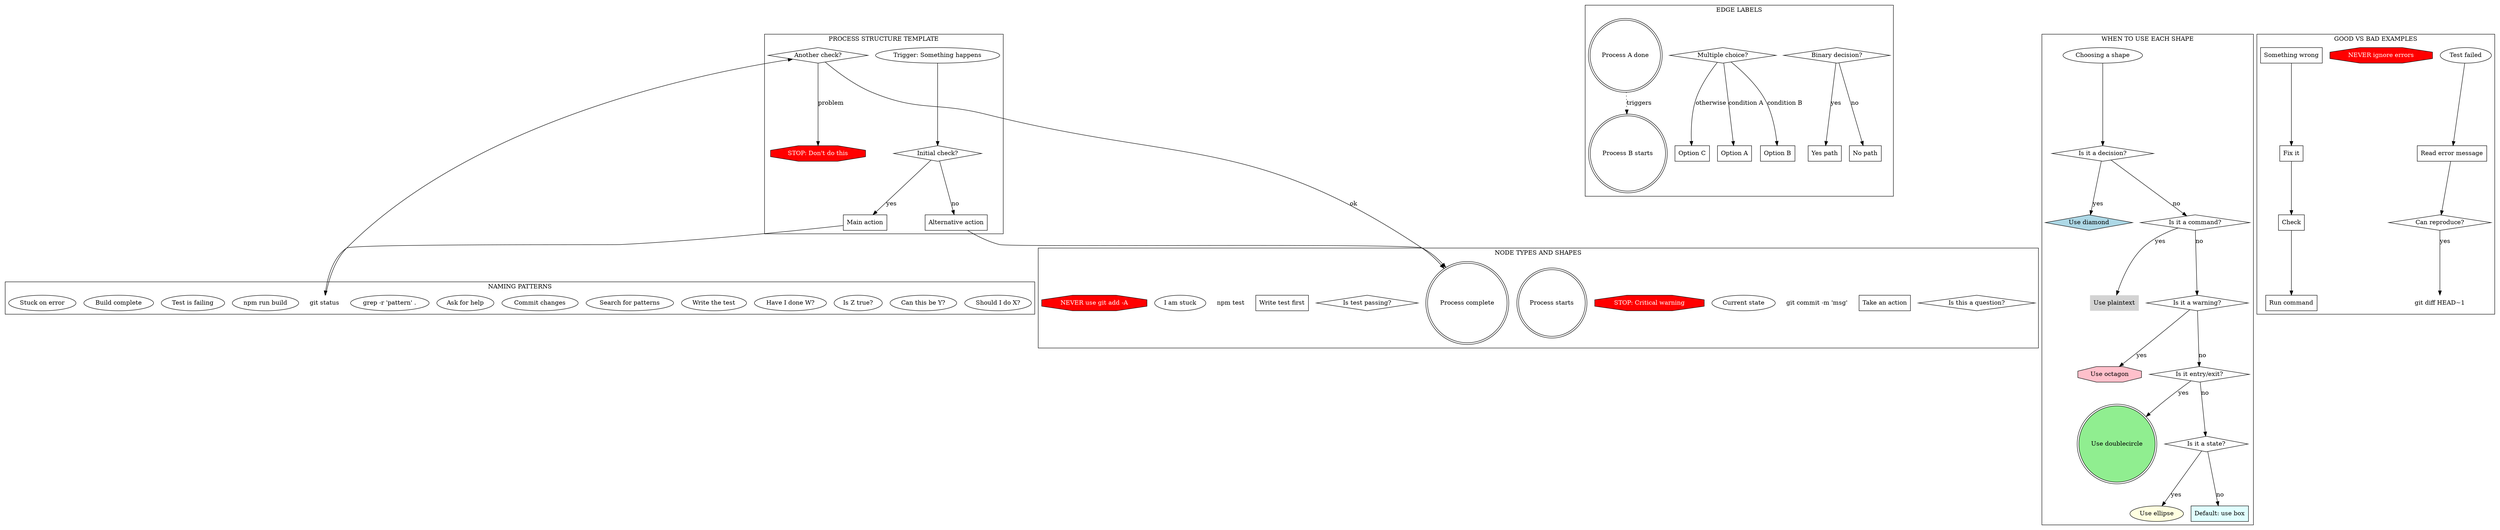
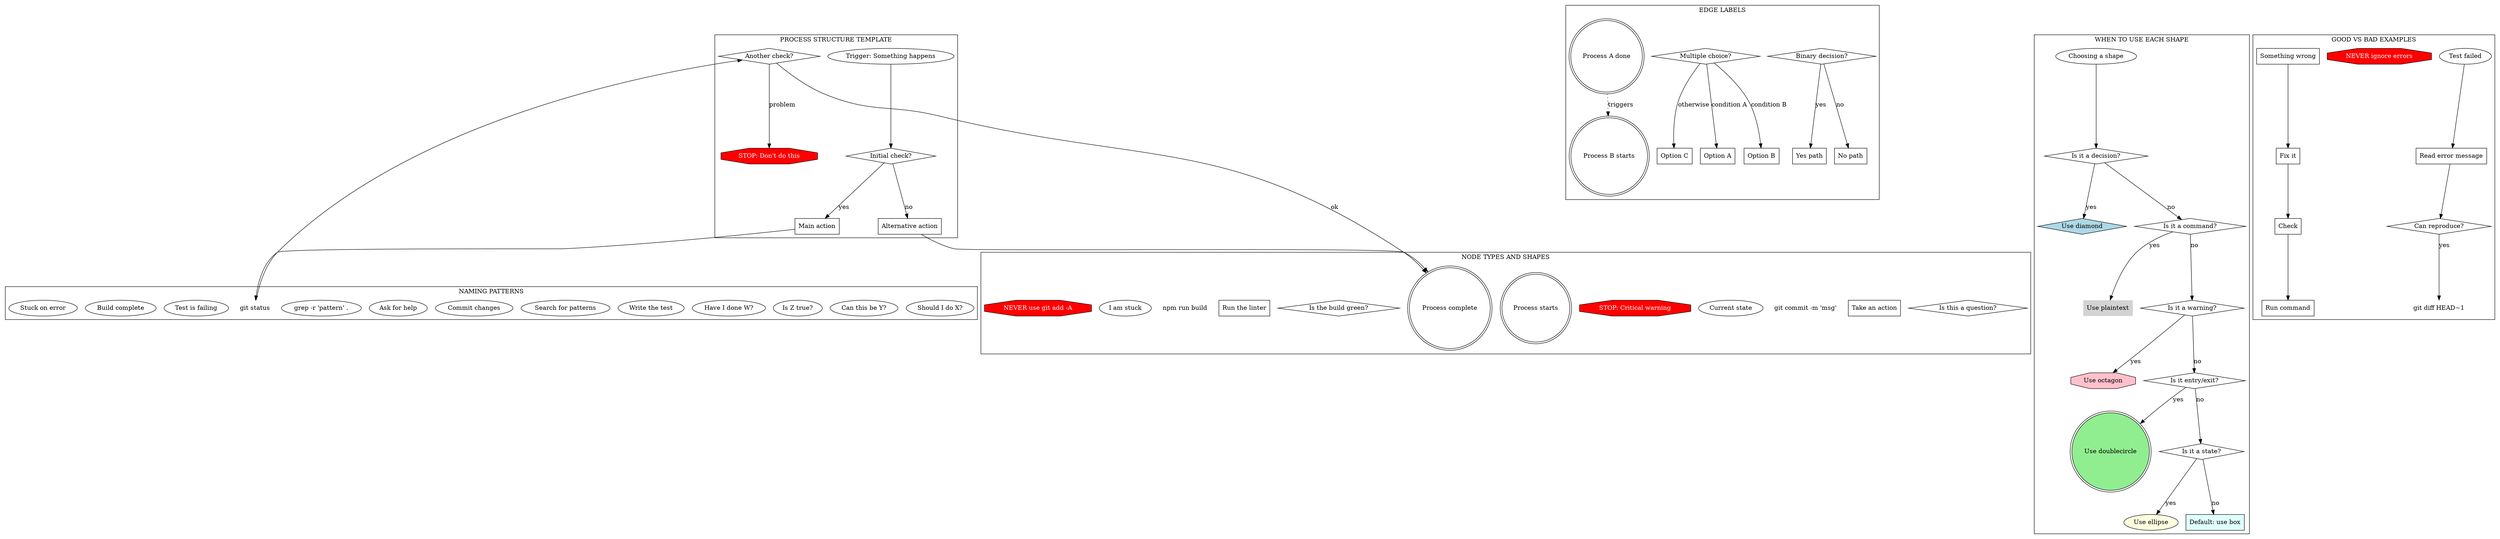
digraph STYLE_GUIDE {
    // The style guide for our process DSL, written in the DSL itself

    // Node type examples with their shapes
    subgraph cluster_node_types {
        label="NODE TYPES AND SHAPES";

        // Questions are diamonds
        "Is this a question?" [shape=diamond];

        // Actions are boxes (default)
        "Take an action" [shape=box];

        // Commands are plaintext
        "git commit -m 'msg'" [shape=plaintext];

        // States are ellipses
        "Current state" [shape=ellipse];

        // Warnings are octagons
        "STOP: Critical warning" [shape=octagon, style=filled, fillcolor=red, fontcolor=white];

        // Entry/exit are double circles
        "Process starts" [shape=doublecircle];
        "Process complete" [shape=doublecircle];

        // Examples of each
-         "Is test passing?" [shape=diamond];
-         "Write test first" [shape=box];
-         "npm test" [shape=plaintext];
+         "Is the build green?" [shape=diamond];
+         "Run the linter" [shape=box];
+         "npm run build" [shape=plaintext];
        "I am stuck" [shape=ellipse];
        "NEVER use git add -A" [shape=octagon, style=filled, fillcolor=red, fontcolor=white];
    }

    // Edge naming conventions
    subgraph cluster_edge_types {
        label="EDGE LABELS";

        "Binary decision?" [shape=diamond];
        "Yes path" [shape=box];
        "No path" [shape=box];

        "Binary decision?" -> "Yes path" [label="yes"];
        "Binary decision?" -> "No path" [label="no"];

        "Multiple choice?" [shape=diamond];
        "Option A" [shape=box];
        "Option B" [shape=box];
        "Option C" [shape=box];

        "Multiple choice?" -> "Option A" [label="condition A"];
        "Multiple choice?" -> "Option B" [label="condition B"];
        "Multiple choice?" -> "Option C" [label="otherwise"];

        "Process A done" [shape=doublecircle];
        "Process B starts" [shape=doublecircle];

        "Process A done" -> "Process B starts" [label="triggers", style=dotted];
    }

    // Naming patterns
    subgraph cluster_naming_patterns {
        label="NAMING PATTERNS";

        // Questions end with ?
        "Should I do X?";
        "Can this be Y?";
        "Is Z true?";
        "Have I done W?";

        // Actions start with verb
        "Write the test";
        "Search for patterns";
        "Commit changes";
        "Ask for help";

        // Commands are literal
        "grep -r 'pattern' .";
        "git status";
        "npm run build";

        // States describe situation
        "Test is failing";
        "Build complete";
        "Stuck on error";
    }

    // Process structure template
    subgraph cluster_structure {
        label="PROCESS STRUCTURE TEMPLATE";

        "Trigger: Something happens" [shape=ellipse];
        "Initial check?" [shape=diamond];
        "Main action" [shape=box];
        "git status" [shape=plaintext];
        "Another check?" [shape=diamond];
        "Alternative action" [shape=box];
        "STOP: Don't do this" [shape=octagon, style=filled, fillcolor=red, fontcolor=white];
        "Process complete" [shape=doublecircle];

        "Trigger: Something happens" -> "Initial check?";
        "Initial check?" -> "Main action" [label="yes"];
        "Initial check?" -> "Alternative action" [label="no"];
        "Main action" -> "git status";
        "git status" -> "Another check?";
        "Another check?" -> "Process complete" [label="ok"];
        "Another check?" -> "STOP: Don't do this" [label="problem"];
        "Alternative action" -> "Process complete";
    }

    // When to use which shape
    subgraph cluster_shape_rules {
        label="WHEN TO USE EACH SHAPE";

        "Choosing a shape" [shape=ellipse];

        "Is it a decision?" [shape=diamond];
        "Use diamond" [shape=diamond, style=filled, fillcolor=lightblue];

        "Is it a command?" [shape=diamond];
        "Use plaintext" [shape=plaintext, style=filled, fillcolor=lightgray];

        "Is it a warning?" [shape=diamond];
        "Use octagon" [shape=octagon, style=filled, fillcolor=pink];

        "Is it entry/exit?" [shape=diamond];
        "Use doublecircle" [shape=doublecircle, style=filled, fillcolor=lightgreen];

        "Is it a state?" [shape=diamond];
        "Use ellipse" [shape=ellipse, style=filled, fillcolor=lightyellow];

        "Default: use box" [shape=box, style=filled, fillcolor=lightcyan];

        "Choosing a shape" -> "Is it a decision?";
        "Is it a decision?" -> "Use diamond" [label="yes"];
        "Is it a decision?" -> "Is it a command?" [label="no"];
        "Is it a command?" -> "Use plaintext" [label="yes"];
        "Is it a command?" -> "Is it a warning?" [label="no"];
        "Is it a warning?" -> "Use octagon" [label="yes"];
        "Is it a warning?" -> "Is it entry/exit?" [label="no"];
        "Is it entry/exit?" -> "Use doublecircle" [label="yes"];
        "Is it entry/exit?" -> "Is it a state?" [label="no"];
        "Is it a state?" -> "Use ellipse" [label="yes"];
        "Is it a state?" -> "Default: use box" [label="no"];
    }

    // Good vs bad examples
    subgraph cluster_examples {
        label="GOOD VS BAD EXAMPLES";

        // Good: specific and shaped correctly
        "Test failed" [shape=ellipse];
        "Read error message" [shape=box];
        "Can reproduce?" [shape=diamond];
        "git diff HEAD~1" [shape=plaintext];
        "NEVER ignore errors" [shape=octagon, style=filled, fillcolor=red, fontcolor=white];

        "Test failed" -> "Read error message";
        "Read error message" -> "Can reproduce?";
        "Can reproduce?" -> "git diff HEAD~1" [label="yes"];

        // Bad: vague and wrong shapes
        bad_1 [label="Something wrong", shape=box];  // Should be ellipse (state)
        bad_2 [label="Fix it", shape=box];  // Too vague
        bad_3 [label="Check", shape=box];  // Should be diamond
        bad_4 [label="Run command", shape=box];  // Should be plaintext with actual command

        bad_1 -> bad_2;
        bad_2 -> bad_3;
        bad_3 -> bad_4;
    }
}